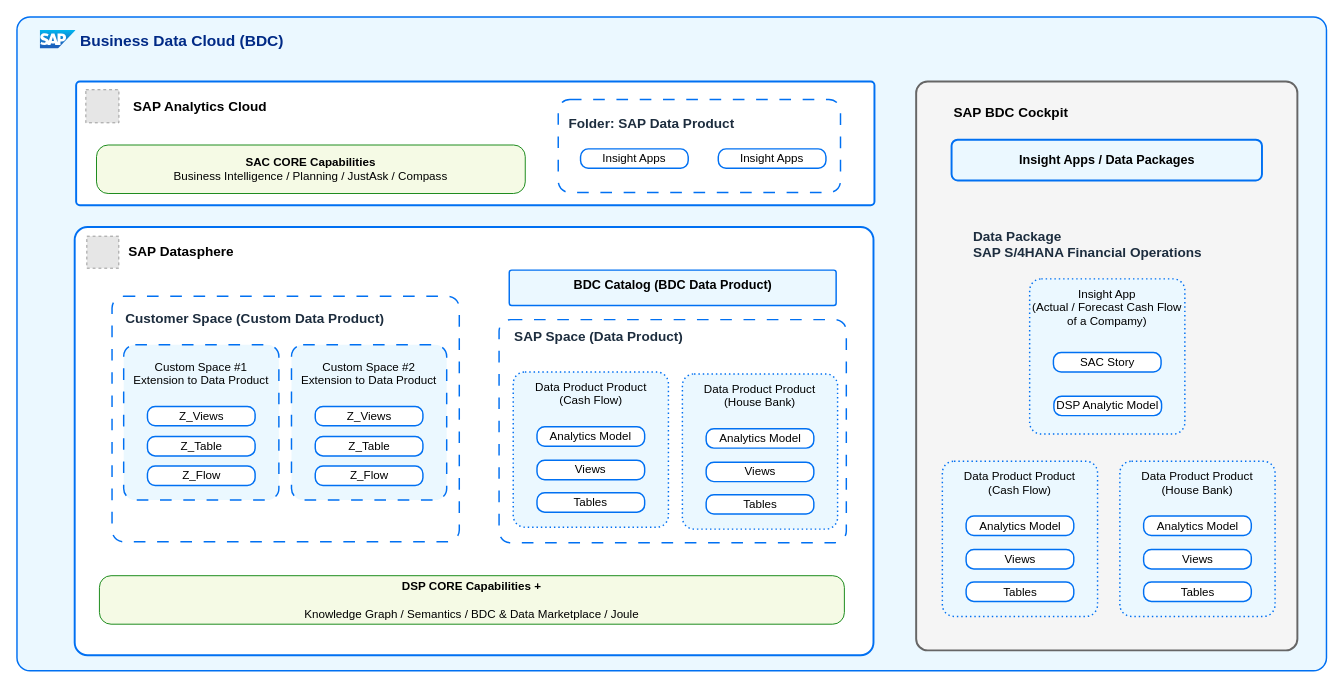
Earlier version of the draw.io diagram page "Page-2" (2 of 2) of docs/ref-arch/RA0013/1-data-products-in-sap-business-data-cloud/drawio/bdc-dataproduct1.drawio (SAP/architecture-center). Source tidied: cells renumbered, new cells numbered last; positions are measured from the earlier drawing's top-left corner, leaving out a move shared by most shapes. Both pictures are drawn from the tidied source at 97%, with x=0, y=0 at pixel (16, 16). Pictures stored in the file or linked from it are replaced by grey dashed boxes.
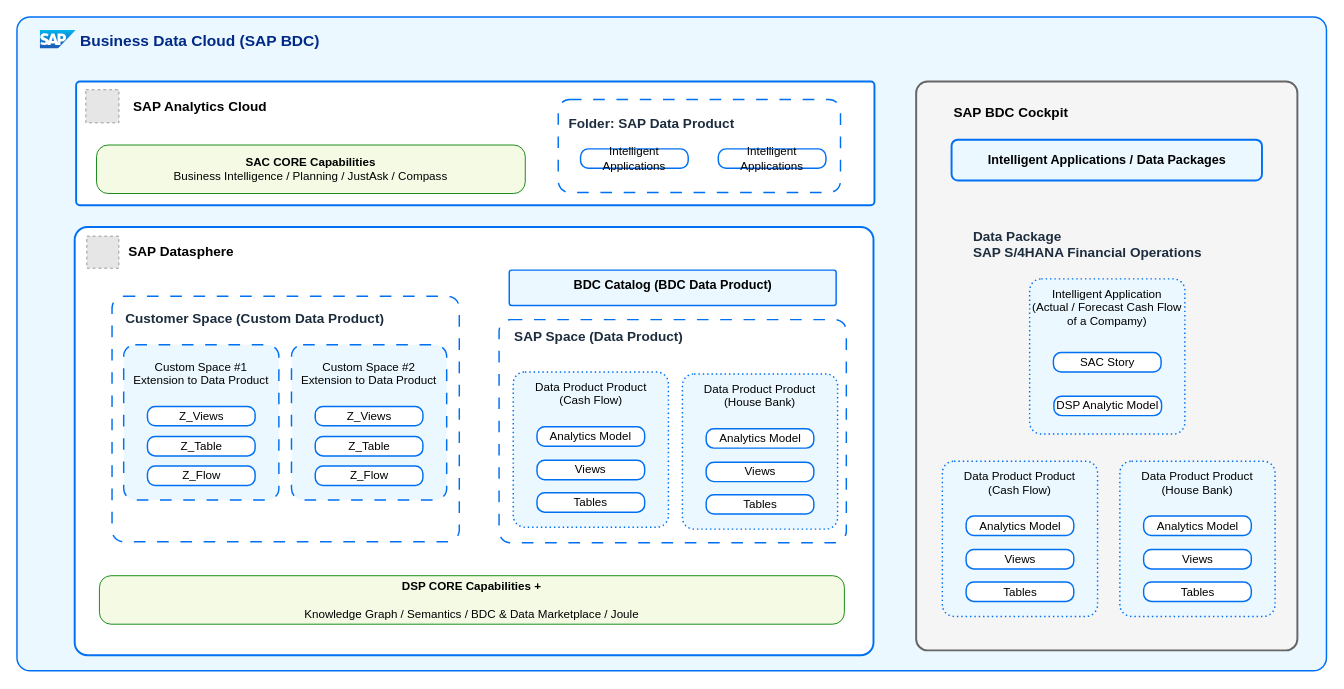
The same diagram, later.

Commit message (it also covers changes not shown here):
refactor SAP BDC and Intelligent Application usage

The change refers to these unchanged cells:
```xml
<mxCell id="31" style="group;" parent="1" vertex="1">
  <mxGeometry x="1044" y="270" width="160" height="160" as="geometry" />
</mxCell>
<mxCell id="36" style="group;" parent="1" vertex="1">
  <mxGeometry x="558" y="85" width="291" height="96" as="geometry" />
</mxCell>
```

Diff of the diagram source:
```diff
@@
-    <mxCell id="9" value=" Business Data Cloud (BDC)" style="image;image=img/lib/sap/SAP_Logo.svg;editableCssRules=.*;verticalLabelPosition=middle;labelBackgroundColor=none;verticalAlign=middle;imageAspect=0;labelPosition=right;align=left;fontSize=16;fontStyle=1;spacingLeft=0;fontColor=#002A86;spacing=0;" parent="1" vertex="1">
+    <mxCell id="9" value=" Business Data Cloud (SAP BDC)" style="image;image=img/lib/sap/SAP_Logo.svg;editableCssRules=.*;verticalLabelPosition=middle;labelBackgroundColor=none;verticalAlign=middle;imageAspect=0;labelPosition=right;align=left;fontSize=16;fontStyle=1;spacingLeft=0;fontColor=#002A86;spacing=0;" parent="1" vertex="1">
       <mxGeometry x="24" y="14" width="37" height="19" as="geometry" />
     </mxCell>
@@
-    <mxCell id="11" value="Insight Apps / Data Packages" style="rounded=1;whiteSpace=wrap;html=1;strokeColor=#0070F2;strokeWidth=2;fillColor=#EBF8FF;align=center;verticalAlign=top;fontStyle=1;fontSize=13;fontFamily=Arial;fontColor=#000000;spacingTop=6;" parent="1" vertex="1">
+    <mxCell id="11" value="Intelligent Applications / Data Packages" style="rounded=1;whiteSpace=wrap;html=1;strokeColor=#0070F2;strokeWidth=2;fillColor=#EBF8FF;align=center;verticalAlign=top;fontStyle=1;fontSize=13;fontFamily=Arial;fontColor=#000000;spacingTop=6;" parent="1" vertex="1">
       <mxGeometry x="963.5" y="126.5" width="320" height="42" as="geometry" />
     </mxCell>
@@
-    <mxCell id="32" value="Insight App&lt;br&gt;&lt;div&gt;(Actual / Forecast Cash Flow of a Compamy)&lt;div&gt;&lt;br&gt;&lt;/div&gt;&lt;div&gt;&lt;br&gt;&lt;/div&gt;&lt;div&gt;&lt;br&gt;&lt;/div&gt;&lt;div&gt;&lt;br&gt;&lt;/div&gt;&lt;div&gt;&lt;br&gt;&lt;/div&gt;&lt;div&gt;&lt;br&gt;&lt;/div&gt;&lt;div&gt;&lt;br&gt;&lt;/div&gt;&lt;/div&gt;" style="rounded=1;whiteSpace=wrap;html=1;strokeColor=#0070F2;fillColor=#EBF8FF;arcSize=24;absoluteArcSize=1;imageWidth=64;imageHeight=64;strokeWidth=1.5;dashed=1;dashPattern=1 2;" parent="31" vertex="1">
+    <mxCell id="32" value="Intelligent Application&lt;br&gt;&lt;div&gt;(Actual / Forecast Cash Flow of a Compamy)&lt;div&gt;&lt;br&gt;&lt;/div&gt;&lt;div&gt;&lt;br&gt;&lt;/div&gt;&lt;div&gt;&lt;br&gt;&lt;/div&gt;&lt;div&gt;&lt;br&gt;&lt;/div&gt;&lt;div&gt;&lt;br&gt;&lt;/div&gt;&lt;div&gt;&lt;br&gt;&lt;/div&gt;&lt;div&gt;&lt;br&gt;&lt;/div&gt;&lt;/div&gt;" style="rounded=1;whiteSpace=wrap;html=1;strokeColor=#0070F2;fillColor=#EBF8FF;arcSize=24;absoluteArcSize=1;imageWidth=64;imageHeight=64;strokeWidth=1.5;dashed=1;dashPattern=1 2;" parent="31" vertex="1">
       <mxGeometry width="160" height="160" as="geometry" />
     </mxCell>
@@
-    <mxCell id="39" value="Insight Apps" style="rounded=1;whiteSpace=wrap;html=1;strokeColor=#0070F2;strokeWidth=1.5;arcSize=16;fillColor=#ffffff;perimeterSpacing=0;absoluteArcSize=1;" parent="36" vertex="1">
+    <mxCell id="39" value="Intelligent Applications" style="rounded=1;whiteSpace=wrap;html=1;strokeColor=#0070F2;strokeWidth=1.5;arcSize=16;fillColor=#ffffff;perimeterSpacing=0;absoluteArcSize=1;" parent="36" vertex="1">
       <mxGeometry x="23" y="51" width="111" height="20" as="geometry" />
     </mxCell>
-    <mxCell id="40" value="Insight Apps" style="rounded=1;whiteSpace=wrap;html=1;strokeColor=#0070F2;strokeWidth=1.5;arcSize=16;fillColor=#ffffff;perimeterSpacing=0;absoluteArcSize=1;" parent="36" vertex="1">
+    <mxCell id="40" value="Intelligent Applications" style="rounded=1;whiteSpace=wrap;html=1;strokeColor=#0070F2;strokeWidth=1.5;arcSize=16;fillColor=#ffffff;perimeterSpacing=0;absoluteArcSize=1;" parent="36" vertex="1">
       <mxGeometry x="165" y="51" width="111" height="20" as="geometry" />
     </mxCell>
```
